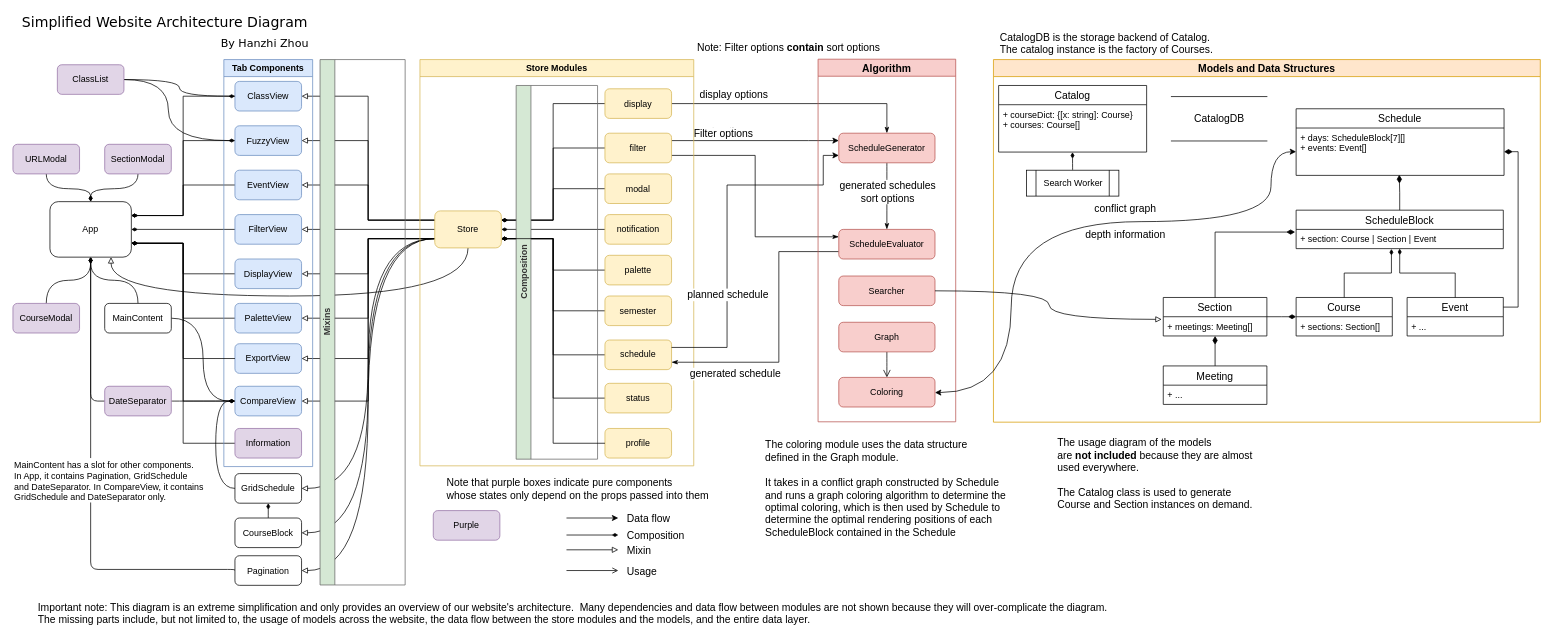
The draw.io diagram docs/Website Architecture.drawio in awesome-schedule/plannable, before the edit. Source tidied: cells renumbered, new cells numbered last; positions are measured from the earlier drawing's top-left corner, leaving out a move shared by most shapes. Both pictures are drawn from the tidied source at 74%, with x=0, y=0 at pixel (13, 14).
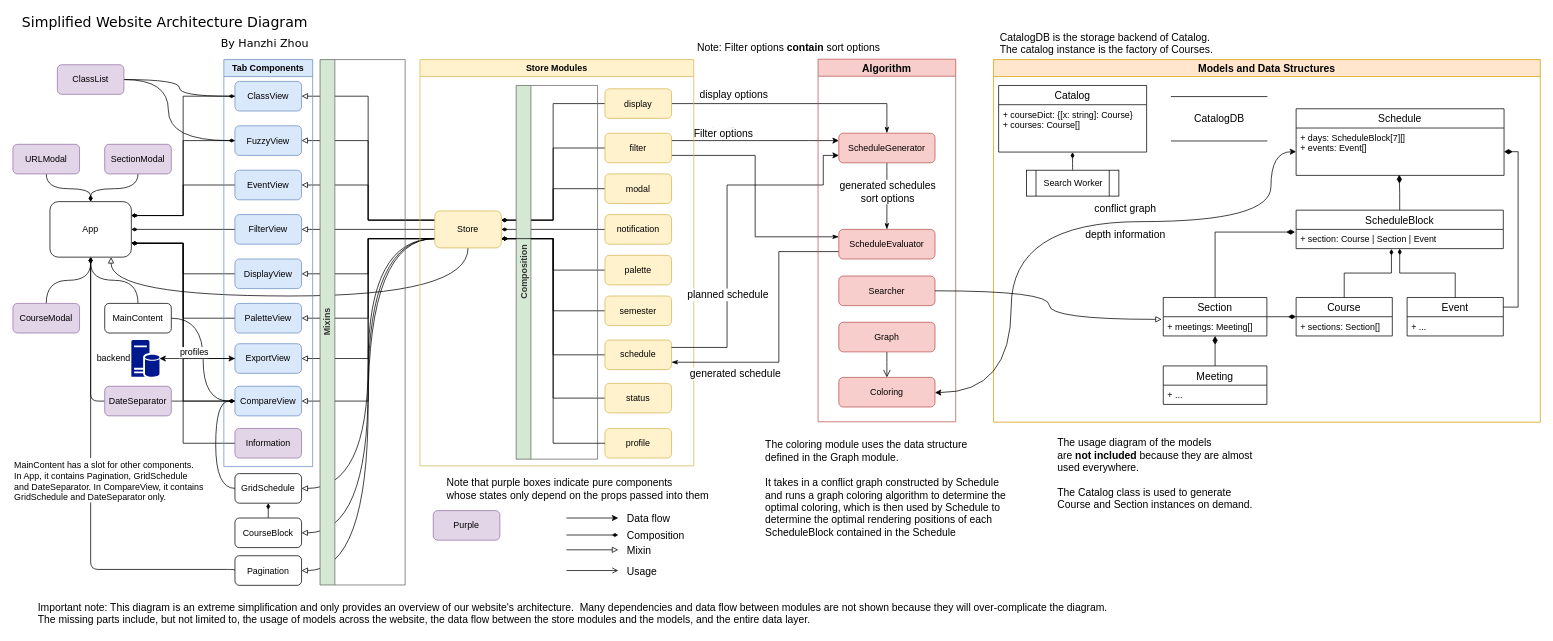
Above is the later version.

Commit message:
update architecture: include backend

Unchanged cells that the change refers to:
```xml
<mxCell id="52" value="ExportView" style="rounded=1;whiteSpace=wrap;html=1;fillColor=#dae8fc;strokeColor=#6c8ebf;" parent="50" vertex="1">
  <mxGeometry x="15" y="384" width="90" height="40" as="geometry" />
</mxCell>
```

The edit, as a diff of the source:
```diff
@@
+    <mxCell id="142" value="backend" style="shadow=0;dashed=0;html=1;strokeColor=none;labelPosition=left;verticalLabelPosition=middle;verticalAlign=middle;align=right;shape=mxgraph.mscae.enterprise.database_server;fillColor=#00188D;" parent="1" vertex="1">
+      <mxGeometry x="160" y="440" width="38" height="50" as="geometry" />
+    </mxCell>
+    <mxCell id="143" style="edgeStyle=orthogonalEdgeStyle;curved=1;rounded=0;jettySize=auto;html=1;exitX=0;exitY=0.5;exitDx=0;exitDy=0;entryX=1;entryY=0.5;entryDx=0;entryDy=0;entryPerimeter=0;startArrow=classic;startFill=1;" parent="1" edge="1" source="52" target="142">
+      <mxGeometry relative="1" as="geometry" />
+    </mxCell>
+    <mxCell id="144" value="profiles" style="text;html=1;align=center;verticalAlign=middle;labelBackgroundColor=#ffffff;" parent="143" vertex="1">
+      <mxGeometry x="0.7" y="1" relative="1" as="geometry">
+        <mxPoint x="31" y="-10" as="offset" />
+      </mxGeometry>
+    </mxCell>
```
